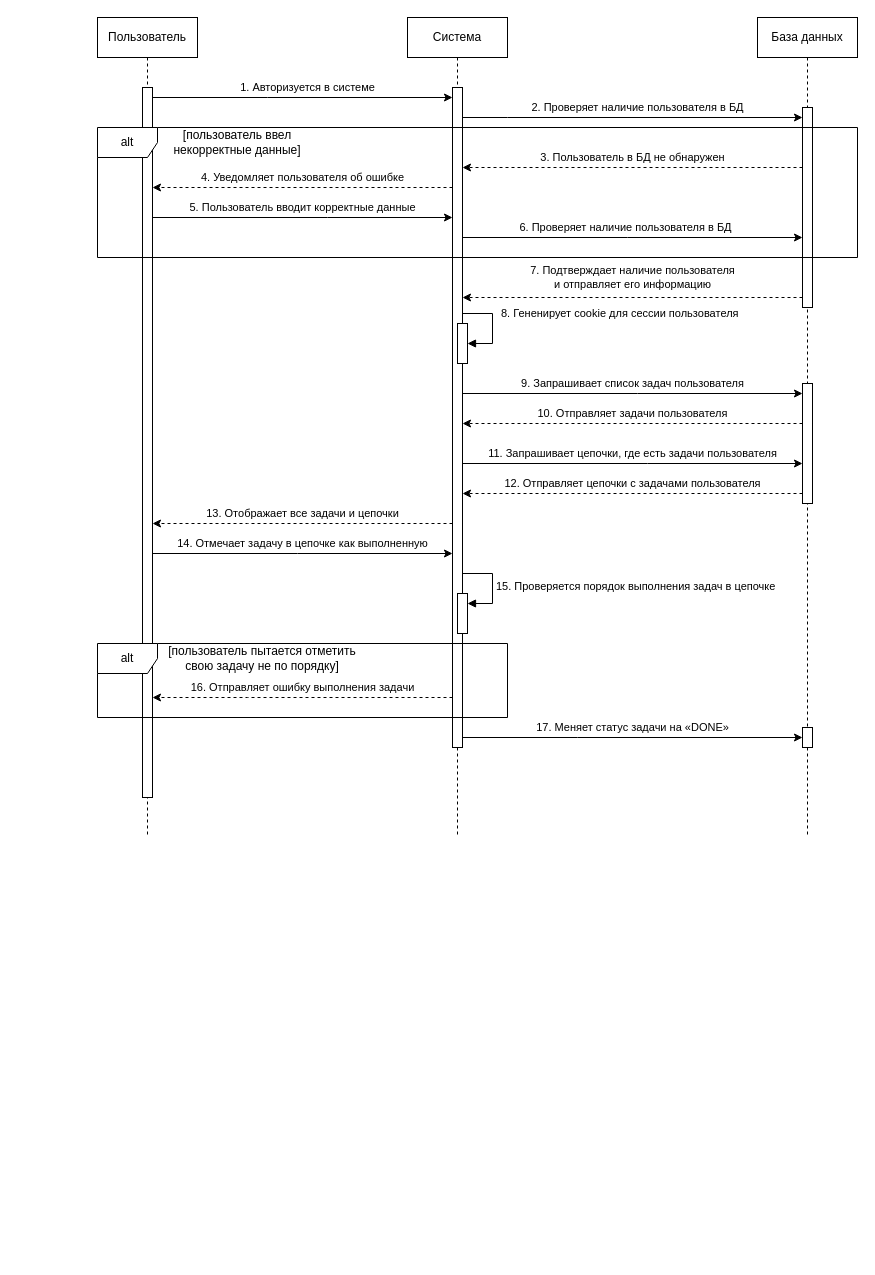
The draw.io diagram page "Диаграмма последовательности" (5 of 6) of UML/UML_diagrams.drawio in ktoToGdeTo/BachelorDiploma, before the edit. Source tidied: cells renumbered, new cells numbered last; positions are measured from the earlier drawing's top-left corner, leaving out a move shared by most shapes. Both pictures are drawn from the tidied source at 100%, with x=0, y=0 at pixel (97, 17).
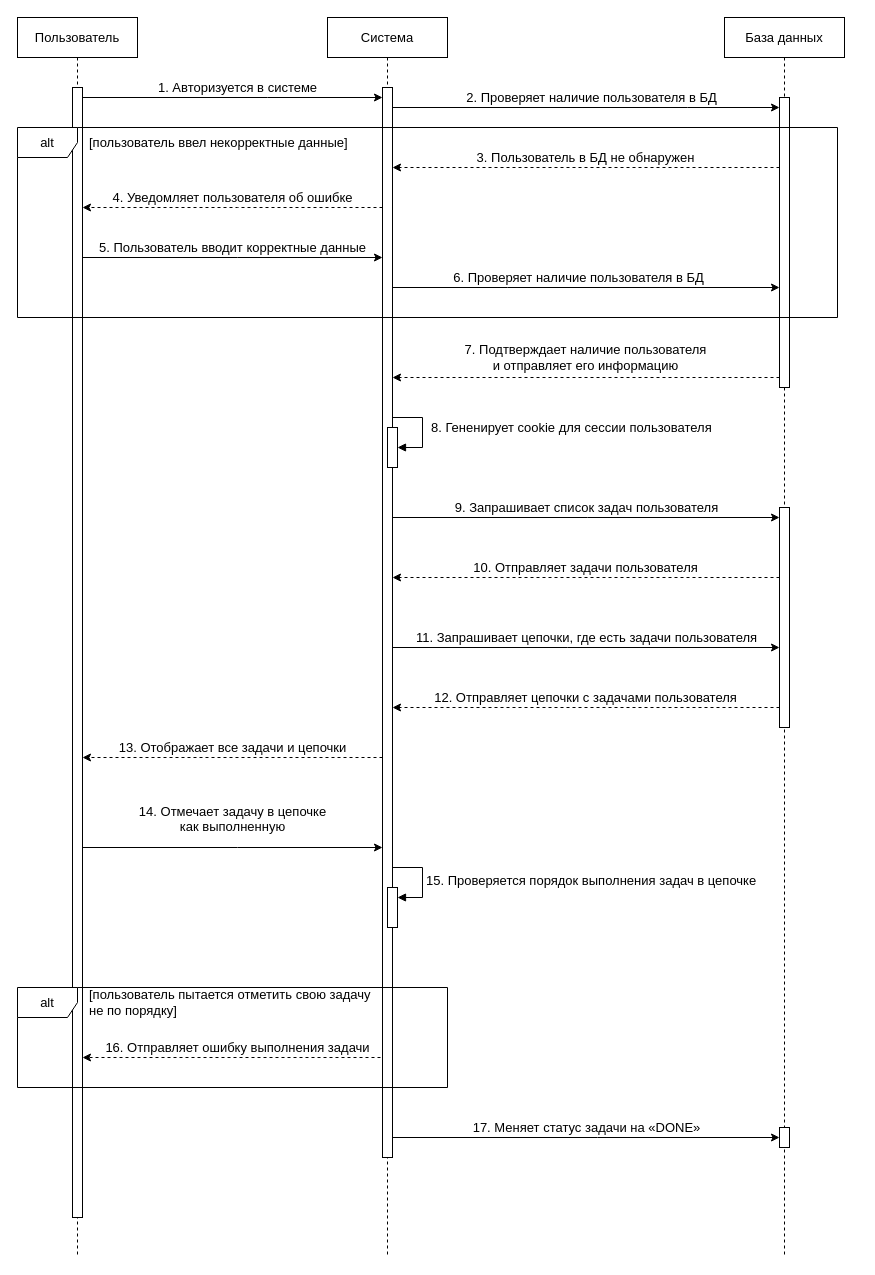
The same diagram, later.

Change to the diagram source:
```diff
@@
-    <mxCell id="2" value="Пользователь" style="shape=umlLifeline;perimeter=lifelinePerimeter;whiteSpace=wrap;html=1;newEdgeStyle={&quot;curved&quot;:0,&quot;rounded&quot;:0};" parent="1" vertex="1">
-      <mxGeometry width="100" height="820" as="geometry" />
+    <mxCell id="2" value="Пользователь" style="shape=umlLifeline;perimeter=lifelinePerimeter;whiteSpace=wrap;html=1;newEdgeStyle={&quot;curved&quot;:0,&quot;rounded&quot;:0};fontSize=13;" parent="1" vertex="1">
+      <mxGeometry x="-80" width="120" height="1240" as="geometry" />
     </mxCell>
-    <mxCell id="3" style="html=1;points=[[0,0,0,0,5],[0,1,0,0,-5],[1,0,0,0,5],[1,1,0,0,-5]];perimeter=orthogonalPerimeter;outlineConnect=0;targetShapes=umlLifeline;portConstraint=eastwest;newEdgeStyle={&quot;curved&quot;:0,&quot;rounded&quot;:0};" parent="2" vertex="1">
-      <mxGeometry x="45" y="70" width="10" height="710" as="geometry" />
+    <mxCell id="3" style="html=1;points=[[0,0,0,0,5],[0,1,0,0,-5],[1,0,0,0,5],[1,1,0,0,-5]];perimeter=orthogonalPerimeter;outlineConnect=0;targetShapes=umlLifeline;portConstraint=eastwest;newEdgeStyle={&quot;curved&quot;:0,&quot;rounded&quot;:0};fontSize=13;" parent="2" vertex="1">
+      <mxGeometry x="55" y="70" width="10" height="1130" as="geometry" />
     </mxCell>
-    <mxCell id="4" value="Система" style="shape=umlLifeline;perimeter=lifelinePerimeter;whiteSpace=wrap;html=1;newEdgeStyle={&quot;curved&quot;:0,&quot;rounded&quot;:0};" parent="1" vertex="1">
-      <mxGeometry x="310" width="100" height="820" as="geometry" />
+    <mxCell id="4" value="Система" style="shape=umlLifeline;perimeter=lifelinePerimeter;whiteSpace=wrap;html=1;newEdgeStyle={&quot;curved&quot;:0,&quot;rounded&quot;:0};fontSize=13;" parent="1" vertex="1">
+      <mxGeometry x="230" width="120" height="1240" as="geometry" />
     </mxCell>
-    <mxCell id="5" style="html=1;points=[[0,0,0,0,5],[0,1,0,0,-5],[1,0,0,0,5],[1,1,0,0,-5]];perimeter=orthogonalPerimeter;outlineConnect=0;targetShapes=umlLifeline;portConstraint=eastwest;newEdgeStyle={&quot;curved&quot;:0,&quot;rounded&quot;:0};" parent="4" vertex="1">
-      <mxGeometry x="45" y="70" width="10" height="660" as="geometry" />
+    <mxCell id="5" style="html=1;points=[[0,0,0,0,5],[0,1,0,0,-5],[1,0,0,0,5],[1,1,0,0,-5]];perimeter=orthogonalPerimeter;outlineConnect=0;targetShapes=umlLifeline;portConstraint=eastwest;newEdgeStyle={&quot;curved&quot;:0,&quot;rounded&quot;:0};fontSize=13;" parent="4" vertex="1">
+      <mxGeometry x="55" y="70" width="10" height="1070" as="geometry" />
     </mxCell>
-    <mxCell id="6" value="8. Гененирует cookie для сессии пользователя" style="html=1;align=left;spacingLeft=2;endArrow=block;rounded=0;edgeStyle=orthogonalEdgeStyle;curved=0;rounded=0;" parent="4" edge="1" target="7">
-      <mxGeometry x="0.39" y="5" relative="1" as="geometry">
-        <mxPoint x="55" y="390" as="sourcePoint" />
+    <mxCell id="6" value="8. Гененирует cookie для сессии пользователя" style="html=1;align=left;spacingLeft=2;endArrow=block;rounded=0;edgeStyle=orthogonalEdgeStyle;curved=0;rounded=0;fontSize=13;" parent="4" edge="1" source="7" target="7">
+      <mxGeometry x="0.05" y="5" relative="1" as="geometry">
         <Array as="points">
-          <mxPoint x="55" y="296" />
-          <mxPoint x="85" y="296" />
-          <mxPoint x="85" y="326" />
+          <mxPoint x="65" y="400" />
+          <mxPoint x="95" y="400" />
+          <mxPoint x="95" y="430" />
         </Array>
       </mxGeometry>
     </mxCell>
-    <mxCell id="7" style="html=1;points=[[0,0,0,0,5],[0,1,0,0,-5],[1,0,0,0,5],[1,1,0,0,-5]];perimeter=orthogonalPerimeter;outlineConnect=0;targetShapes=umlLifeline;portConstraint=eastwest;newEdgeStyle={&quot;curved&quot;:0,&quot;rounded&quot;:0};" parent="4" vertex="1">
-      <mxGeometry x="50" y="306" width="10" height="40" as="geometry" />
+    <mxCell id="7" style="html=1;points=[[0,0,0,0,5],[0,1,0,0,-5],[1,0,0,0,5],[1,1,0,0,-5]];perimeter=orthogonalPerimeter;outlineConnect=0;targetShapes=umlLifeline;portConstraint=eastwest;newEdgeStyle={&quot;curved&quot;:0,&quot;rounded&quot;:0};fontSize=13;" parent="4" vertex="1">
+      <mxGeometry x="60" y="410" width="10" height="40" as="geometry" />
     </mxCell>
-    <mxCell id="8" style="html=1;points=[[0,0,0,0,5],[0,1,0,0,-5],[1,0,0,0,5],[1,1,0,0,-5]];perimeter=orthogonalPerimeter;outlineConnect=0;targetShapes=umlLifeline;portConstraint=eastwest;newEdgeStyle={&quot;curved&quot;:0,&quot;rounded&quot;:0};" parent="4" vertex="1">
-      <mxGeometry x="50" y="576" width="10" height="40" as="geometry" />
+    <mxCell id="8" style="html=1;points=[[0,0,0,0,5],[0,1,0,0,-5],[1,0,0,0,5],[1,1,0,0,-5]];perimeter=orthogonalPerimeter;outlineConnect=0;targetShapes=umlLifeline;portConstraint=eastwest;newEdgeStyle={&quot;curved&quot;:0,&quot;rounded&quot;:0};fontSize=13;" parent="4" vertex="1">
+      <mxGeometry x="60" y="870" width="10" height="40" as="geometry" />
     </mxCell>
-    <mxCell id="9" value="15. Проверяется порядок выполнения задач в цепочке" style="html=1;align=left;spacingLeft=2;endArrow=block;rounded=0;edgeStyle=orthogonalEdgeStyle;curved=0;rounded=0;" parent="4" edge="1" target="8">
+    <mxCell id="9" value="15. Проверяется порядок выполнения задач в цепочке" style="html=1;align=left;spacingLeft=2;endArrow=block;rounded=0;edgeStyle=orthogonalEdgeStyle;curved=0;rounded=0;fontSize=13;" parent="4" edge="1" target="8">
       <mxGeometry relative="1" as="geometry">
-        <mxPoint x="55" y="556" as="sourcePoint" />
+        <mxPoint x="65" y="850" as="sourcePoint" />
         <Array as="points">
-          <mxPoint x="85" y="586" />
+          <mxPoint x="95" y="880" />
         </Array>
       </mxGeometry>
     </mxCell>
-    <mxCell id="10" value="База данных" style="shape=umlLifeline;perimeter=lifelinePerimeter;whiteSpace=wrap;html=1;newEdgeStyle={&quot;curved&quot;:0,&quot;rounded&quot;:0};" parent="1" vertex="1">
-      <mxGeometry x="660" width="100" height="820" as="geometry" />
+    <mxCell id="10" value="База данных" style="shape=umlLifeline;perimeter=lifelinePerimeter;whiteSpace=wrap;html=1;newEdgeStyle={&quot;curved&quot;:0,&quot;rounded&quot;:0};fontSize=13;" parent="1" vertex="1">
+      <mxGeometry x="627" width="120" height="1240" as="geometry" />
     </mxCell>
-    <mxCell id="11" style="html=1;points=[[0,0,0,0,5],[0,1,0,0,-5],[1,0,0,0,5],[1,1,0,0,-5]];perimeter=orthogonalPerimeter;outlineConnect=0;targetShapes=umlLifeline;portConstraint=eastwest;newEdgeStyle={&quot;curved&quot;:0,&quot;rounded&quot;:0};" parent="10" vertex="1">
-      <mxGeometry x="45" y="90" width="10" height="200" as="geometry" />
+    <mxCell id="11" style="html=1;points=[[0,0,0,0,5],[0,1,0,0,-5],[1,0,0,0,5],[1,1,0,0,-5]];perimeter=orthogonalPerimeter;outlineConnect=0;targetShapes=umlLifeline;portConstraint=eastwest;newEdgeStyle={&quot;curved&quot;:0,&quot;rounded&quot;:0};fontSize=13;" parent="10" vertex="1">
+      <mxGeometry x="55" y="80" width="10" height="290" as="geometry" />
     </mxCell>
-    <mxCell id="12" style="html=1;points=[[0,0,0,0,5],[0,1,0,0,-5],[1,0,0,0,5],[1,1,0,0,-5]];perimeter=orthogonalPerimeter;outlineConnect=0;targetShapes=umlLifeline;portConstraint=eastwest;newEdgeStyle={&quot;curved&quot;:0,&quot;rounded&quot;:0};" parent="10" vertex="1">
-      <mxGeometry x="45" y="366" width="10" height="120" as="geometry" />
+    <mxCell id="12" style="html=1;points=[[0,0,0,0,5],[0,1,0,0,-5],[1,0,0,0,5],[1,1,0,0,-5]];perimeter=orthogonalPerimeter;outlineConnect=0;targetShapes=umlLifeline;portConstraint=eastwest;newEdgeStyle={&quot;curved&quot;:0,&quot;rounded&quot;:0};fontSize=13;" parent="10" vertex="1">
+      <mxGeometry x="55" y="490" width="10" height="220" as="geometry" />
     </mxCell>
-    <mxCell id="13" style="html=1;points=[[0,0,0,0,5],[0,1,0,0,-5],[1,0,0,0,5],[1,1,0,0,-5]];perimeter=orthogonalPerimeter;outlineConnect=0;targetShapes=umlLifeline;portConstraint=eastwest;newEdgeStyle={&quot;curved&quot;:0,&quot;rounded&quot;:0};" parent="10" vertex="1">
-      <mxGeometry x="45" y="710" width="10" height="20" as="geometry" />
+    <mxCell id="13" style="html=1;points=[[0,0,0,0,5],[0,1,0,0,-5],[1,0,0,0,5],[1,1,0,0,-5]];perimeter=orthogonalPerimeter;outlineConnect=0;targetShapes=umlLifeline;portConstraint=eastwest;newEdgeStyle={&quot;curved&quot;:0,&quot;rounded&quot;:0};fontSize=13;" parent="10" vertex="1">
+      <mxGeometry x="55" y="1110" width="10" height="20" as="geometry" />
     </mxCell>
-    <mxCell id="14" value="1. Авторизуется в системе" style="edgeStyle=orthogonalEdgeStyle;rounded=0;jettySize=auto;html=1;curved=0;" parent="1" edge="1" source="3" target="5">
+    <mxCell id="14" value="1. Авторизуется в системе" style="edgeStyle=orthogonalEdgeStyle;rounded=0;jettySize=auto;html=1;curved=0;fontSize=13;" parent="1" edge="1" source="3" target="5">
       <mxGeometry x="0.03" y="10" relative="1" as="geometry">
         <Array as="points">
           <mxPoint x="170" y="80" />
           <mxPoint x="170" y="80" />
         </Array>
       </mxGeometry>
     </mxCell>
-    <mxCell id="15" value="2. Проверяет наличие пользователя в БД" style="edgeStyle=orthogonalEdgeStyle;rounded=0;jettySize=auto;html=1;curved=0;" parent="1" edge="1" source="5" target="11">
+    <mxCell id="15" value="2. Проверяет наличие пользователя в БД" style="edgeStyle=orthogonalEdgeStyle;rounded=0;jettySize=auto;html=1;curved=0;fontSize=13;" parent="1" edge="1" source="5" target="11">
       <mxGeometry x="0.03" y="10" relative="1" as="geometry">
         <Array as="points">
-          <mxPoint x="410" y="100" />
-          <mxPoint x="410" y="100" />
+          <mxPoint x="590" y="90" />
+          <mxPoint x="590" y="90" />
         </Array>
       </mxGeometry>
     </mxCell>
-    <mxCell id="16" value="alt" style="shape=umlFrame;whiteSpace=wrap;html=1;" parent="1" vertex="1">
-      <mxGeometry y="110" width="760" height="130" as="geometry" />
+    <mxCell id="16" value="alt" style="shape=umlFrame;whiteSpace=wrap;html=1;fontSize=13;" parent="1" vertex="1">
+      <mxGeometry x="-80" y="110" width="820" height="190" as="geometry" />
     </mxCell>
-    <mxCell id="17" value="3. Пользователь в БД не обнаружен" style="edgeStyle=orthogonalEdgeStyle;rounded=0;jettySize=auto;html=1;curved=0;dashed=1;" parent="1" edge="1" source="11" target="5">
+    <mxCell id="17" value="3. Пользователь в БД не обнаружен" style="edgeStyle=orthogonalEdgeStyle;rounded=0;jettySize=auto;html=1;curved=0;dashed=1;fontSize=13;" parent="1" edge="1" source="11" target="5">
       <mxGeometry y="-10" relative="1" as="geometry">
         <Array as="points">
           <mxPoint x="580" y="150" />
           <mxPoint x="580" y="150" />
         </Array>
       </mxGeometry>
     </mxCell>
-    <mxCell id="18" value="[пользователь ввел некорректные данные]" style="text;html=1;align=center;verticalAlign=middle;whiteSpace=wrap;rounded=0;" parent="1" vertex="1">
-      <mxGeometry x="50" y="110" width="180" height="30" as="geometry" />
+    <mxCell id="18" value="[пользователь ввел некорректные данные]" style="text;html=1;align=left;verticalAlign=middle;whiteSpace=wrap;rounded=0;fontSize=13;" parent="1" vertex="1">
+      <mxGeometry x="-10" y="110" width="280" height="30" as="geometry" />
     </mxCell>
-    <mxCell id="19" value="4. Уведомляет пользователя об ошибке" style="edgeStyle=orthogonalEdgeStyle;rounded=0;jettySize=auto;html=1;curved=0;dashed=1;" parent="1" edge="1" source="5" target="3">
+    <mxCell id="19" value="4. Уведомляет пользователя об ошибке" style="edgeStyle=orthogonalEdgeStyle;rounded=0;jettySize=auto;html=1;curved=0;dashed=1;fontSize=13;" parent="1" edge="1" source="5" target="3">
       <mxGeometry y="-10" relative="1" as="geometry">
         <Array as="points">
-          <mxPoint x="230" y="170" />
-          <mxPoint x="230" y="170" />
+          <mxPoint x="140" y="190" />
+          <mxPoint x="140" y="190" />
         </Array>
       </mxGeometry>
     </mxCell>
-    <mxCell id="20" value="5. Пользователь вводит корректные данные" style="edgeStyle=orthogonalEdgeStyle;rounded=0;jettySize=auto;html=1;curved=0;" parent="1" edge="1" source="3" target="5">
+    <mxCell id="20" value="5. Пользователь вводит корректные данные" style="edgeStyle=orthogonalEdgeStyle;rounded=0;jettySize=auto;html=1;curved=0;fontSize=13;" parent="1" edge="1" source="3" target="5">
       <mxGeometry y="10" relative="1" as="geometry">
         <Array as="points">
-          <mxPoint x="230" y="200" />
-          <mxPoint x="230" y="200" />
+          <mxPoint x="140" y="240" />
+          <mxPoint x="140" y="240" />
         </Array>
       </mxGeometry>
     </mxCell>
-    <mxCell id="21" value="6. Проверяет наличие пользователя в БД" style="edgeStyle=orthogonalEdgeStyle;rounded=0;jettySize=auto;html=1;curved=0;" parent="1" edge="1" source="5" target="11">
+    <mxCell id="21" value="6. Проверяет наличие пользователя в БД" style="edgeStyle=orthogonalEdgeStyle;rounded=0;jettySize=auto;html=1;curved=0;fontSize=13;" parent="1" edge="1" source="5" target="11">
       <mxGeometry x="-0.04" y="10" relative="1" as="geometry">
         <Array as="points">
-          <mxPoint x="530" y="220" />
-          <mxPoint x="530" y="220" />
+          <mxPoint x="410" y="270" />
+          <mxPoint x="410" y="270" />
         </Array>
       </mxGeometry>
     </mxCell>
-    <mxCell id="22" value="7. Подтверждает наличие пользователя&lt;div&gt;и отправляет его информацию&lt;/div&gt;" style="edgeStyle=orthogonalEdgeStyle;rounded=0;orthogonalLoop=1;jettySize=auto;html=1;curved=0;dashed=1;" parent="1" edge="1">
+    <mxCell id="22" value="7. Подтверждает наличие пользователя&lt;div&gt;и отправляет его информацию&lt;/div&gt;" style="edgeStyle=orthogonalEdgeStyle;rounded=0;jettySize=auto;html=1;curved=0;dashed=1;fontSize=13;" parent="1" edge="1" source="11" target="5">
       <mxGeometry y="-20" relative="1" as="geometry">
-        <mxPoint x="705" y="280" as="sourcePoint" />
-        <mxPoint x="365" y="280" as="targetPoint" />
         <Array as="points">
-          <mxPoint x="520" y="280" />
-          <mxPoint x="520" y="280" />
+          <mxPoint x="450" y="360" />
+          <mxPoint x="450" y="360" />
         </Array>
       </mxGeometry>
     </mxCell>
-    <mxCell id="23" value="9. Запрашивает список задач пользователя" style="edgeStyle=orthogonalEdgeStyle;rounded=0;jettySize=auto;html=1;curved=0;" parent="1" edge="1" target="12">
+    <mxCell id="23" value="9. Запрашивает список задач пользователя" style="edgeStyle=orthogonalEdgeStyle;rounded=0;jettySize=auto;html=1;curved=0;fontSize=13;" parent="1" edge="1" source="5" target="12">
       <mxGeometry y="10" relative="1" as="geometry">
-        <mxPoint x="365" y="376" as="sourcePoint" />
         <Array as="points">
-          <mxPoint x="540" y="376" />
-          <mxPoint x="540" y="376" />
+          <mxPoint x="490" y="500" />
+          <mxPoint x="490" y="500" />
         </Array>
       </mxGeometry>
     </mxCell>
-    <mxCell id="24" value="10. Отправляет задачи пользователя" style="edgeStyle=orthogonalEdgeStyle;rounded=0;jettySize=auto;html=1;curved=0;dashed=1;" parent="1" edge="1" source="12">
+    <mxCell id="24" value="10. Отправляет задачи пользователя" style="edgeStyle=orthogonalEdgeStyle;rounded=0;jettySize=auto;html=1;curved=0;dashed=1;fontSize=13;" parent="1" edge="1" source="12" target="5">
       <mxGeometry y="-10" relative="1" as="geometry">
-        <mxPoint x="365" y="406" as="targetPoint" />
         <Array as="points">
-          <mxPoint x="520" y="406" />
-          <mxPoint x="520" y="406" />
+          <mxPoint x="370" y="560" />
+          <mxPoint x="370" y="560" />
         </Array>
       </mxGeometry>
     </mxCell>
-    <mxCell id="25" value="11. Запрашивает цепочки, где есть задачи пользователя" style="edgeStyle=orthogonalEdgeStyle;rounded=0;jettySize=auto;html=1;curved=0;" parent="1" edge="1" target="12">
+    <mxCell id="25" value="11. Запрашивает цепочки, где есть задачи пользователя" style="edgeStyle=orthogonalEdgeStyle;rounded=0;jettySize=auto;html=1;curved=0;fontSize=13;" parent="1" edge="1" source="5" target="12">
       <mxGeometry y="10" relative="1" as="geometry">
-        <mxPoint x="365" y="446" as="sourcePoint" />
         <Array as="points">
-          <mxPoint x="550" y="446" />
-          <mxPoint x="550" y="446" />
+          <mxPoint x="470" y="630" />
+          <mxPoint x="470" y="630" />
         </Array>
       </mxGeometry>
     </mxCell>
-    <mxCell id="26" value="12. Отправляет цепочки с задачами пользователя" style="edgeStyle=orthogonalEdgeStyle;rounded=0;jettySize=auto;html=1;curved=0;dashed=1;" parent="1" edge="1" source="12">
+    <mxCell id="26" value="12. Отправляет цепочки с задачами пользователя" style="edgeStyle=orthogonalEdgeStyle;rounded=0;jettySize=auto;html=1;curved=0;dashed=1;fontSize=13;" parent="1" edge="1" source="12" target="5">
       <mxGeometry y="-10" relative="1" as="geometry">
-        <mxPoint x="365" y="476" as="targetPoint" />
         <Array as="points">
-          <mxPoint x="540" y="476" />
-          <mxPoint x="540" y="476" />
+          <mxPoint x="490" y="690" />
+          <mxPoint x="490" y="690" />
         </Array>
       </mxGeometry>
     </mxCell>
-    <mxCell id="27" value="13. Отображает все задачи и цепочки" style="edgeStyle=orthogonalEdgeStyle;rounded=0;orthogonalLoop=1;jettySize=auto;html=1;curved=0;dashed=1;" parent="1" edge="1">
+    <mxCell id="27" value="13. Отображает все задачи и цепочки" style="edgeStyle=orthogonalEdgeStyle;rounded=0;jettySize=auto;html=1;curved=0;dashed=1;fontSize=13;" parent="1" edge="1" source="5" target="3">
       <mxGeometry y="-10" relative="1" as="geometry">
-        <mxPoint x="355" y="506" as="sourcePoint" />
-        <mxPoint x="55" y="506" as="targetPoint" />
         <Array as="points">
-          <mxPoint x="150" y="506" />
-          <mxPoint x="150" y="506" />
+          <mxPoint x="70" y="740" />
+          <mxPoint x="70" y="740" />
         </Array>
       </mxGeometry>
     </mxCell>
-    <mxCell id="28" value="alt" style="shape=umlFrame;whiteSpace=wrap;html=1;" parent="1" vertex="1">
-      <mxGeometry y="626" width="410" height="74" as="geometry" />
+    <mxCell id="28" value="alt" style="shape=umlFrame;whiteSpace=wrap;html=1;fontSize=13;" parent="1" vertex="1">
+      <mxGeometry x="-80" y="970" width="430" height="100" as="geometry" />
     </mxCell>
-    <mxCell id="29" value="14. Отмечает задачу в цепочке как выполненную" style="edgeStyle=orthogonalEdgeStyle;rounded=0;orthogonalLoop=1;jettySize=auto;html=1;curved=0;" parent="1" edge="1">
+    <mxCell id="29" value="14. Отмечает задачу в цепочке&lt;div&gt;как выполненную&lt;/div&gt;" style="edgeStyle=orthogonalEdgeStyle;rounded=0;jettySize=auto;html=1;curved=0;fontSize=13;verticalAlign=bottom;" parent="1" edge="1" source="3" target="5">
       <mxGeometry y="10" relative="1" as="geometry">
-        <mxPoint x="55" y="536" as="sourcePoint" />
-        <mxPoint x="355" y="536" as="targetPoint" />
         <Array as="points">
-          <mxPoint x="200" y="536" />
-          <mxPoint x="200" y="536" />
+          <mxPoint x="140" y="830" />
+          <mxPoint x="140" y="830" />
         </Array>
       </mxGeometry>
     </mxCell>
-    <mxCell id="30" value="[пользователь пытается отметить свою задачу не по порядку]" style="text;html=1;align=center;verticalAlign=middle;whiteSpace=wrap;rounded=0;" parent="1" vertex="1">
-      <mxGeometry x="60" y="626" width="210" height="30" as="geometry" />
+    <mxCell id="30" value="[пользователь пытается отметить свою задачу не по порядку]" style="text;html=1;align=left;verticalAlign=middle;whiteSpace=wrap;rounded=0;fontSize=13;" parent="1" vertex="1">
+      <mxGeometry x="-10" y="970" width="290" height="30" as="geometry" />
     </mxCell>
-    <mxCell id="31" value="16. Отправляет ошибку выполнения задачи" style="edgeStyle=orthogonalEdgeStyle;rounded=0;orthogonalLoop=1;jettySize=auto;html=1;curved=0;dashed=1;" parent="1" edge="1">
+    <mxCell id="31" value="16. Отправляет ошибку выполнения задачи" style="edgeStyle=orthogonalEdgeStyle;rounded=0;orthogonalLoop=1;jettySize=auto;html=1;curved=0;dashed=1;fontSize=13;" parent="1" edge="1">
       <mxGeometry y="-10" relative="1" as="geometry">
-        <mxPoint x="355" y="680" as="sourcePoint" />
-        <mxPoint x="55" y="680" as="targetPoint" />
+        <mxPoint x="285" y="1030" as="sourcePoint" />
+        <mxPoint x="-15" y="1040" as="targetPoint" />
         <Array as="points">
-          <mxPoint x="150" y="680" />
-          <mxPoint x="150" y="680" />
+          <mxPoint x="285" y="1040" />
+          <mxPoint x="-15" y="1040" />
         </Array>
       </mxGeometry>
     </mxCell>
-    <mxCell id="32" value="17. Меняет статус задачи на «DONE»" style="edgeStyle=orthogonalEdgeStyle;rounded=0;jettySize=auto;html=1;curved=0;" parent="1" edge="1" source="5" target="13">
+    <mxCell id="32" value="17. Меняет статус задачи на «DONE»" style="edgeStyle=orthogonalEdgeStyle;rounded=0;jettySize=auto;html=1;curved=0;fontSize=13;" parent="1" edge="1" target="13">
       <mxGeometry y="10" relative="1" as="geometry">
+        <mxPoint x="295" y="1120" as="sourcePoint" />
         <Array as="points">
-          <mxPoint x="480" y="720" />
-          <mxPoint x="480" y="720" />
+          <mxPoint x="500" y="1120" />
+          <mxPoint x="500" y="1120" />
         </Array>
       </mxGeometry>
     </mxCell>
```
